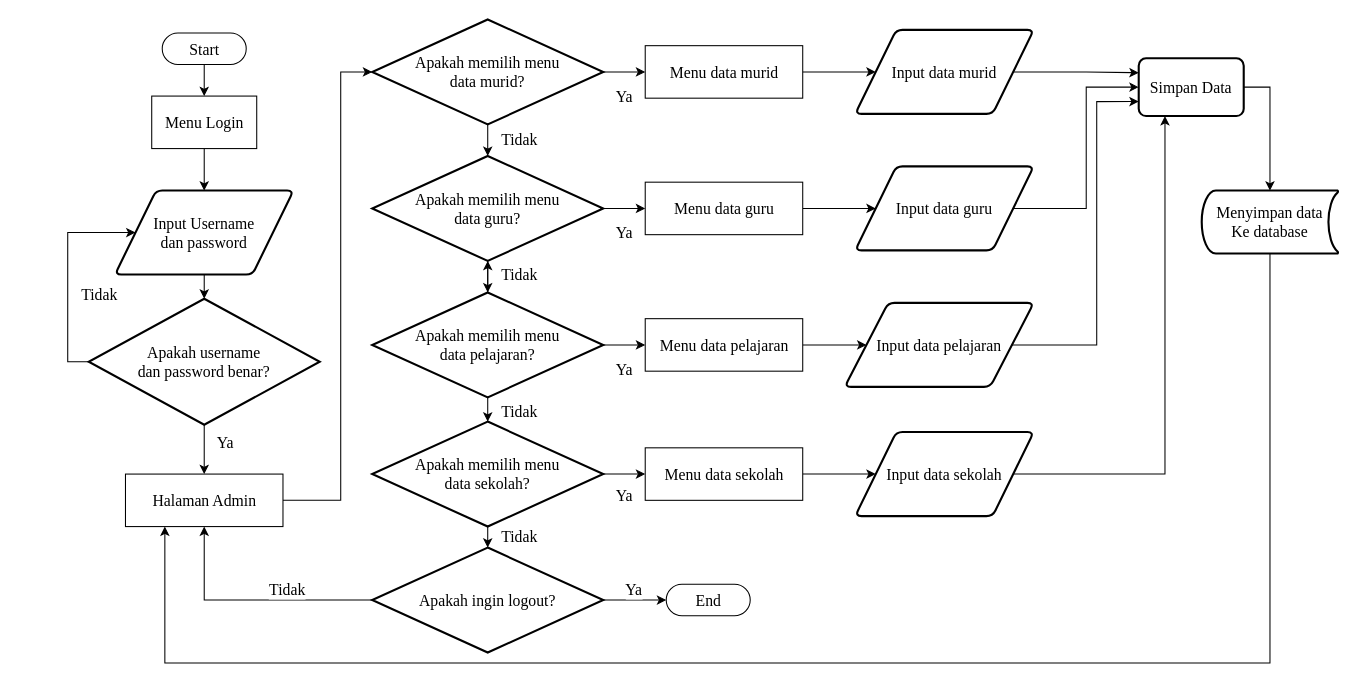
Before: Flowchart login admin.drawio.xml in Walky18/Walky18, a draw.io diagram. Source tidied: cells renumbered, new cells numbered last; positions are measured from the earlier drawing's top-left corner, leaving out a move shared by most shapes. Both pictures are drawn from the tidied source at 105%, with x=0, y=0 at pixel (67, 19).
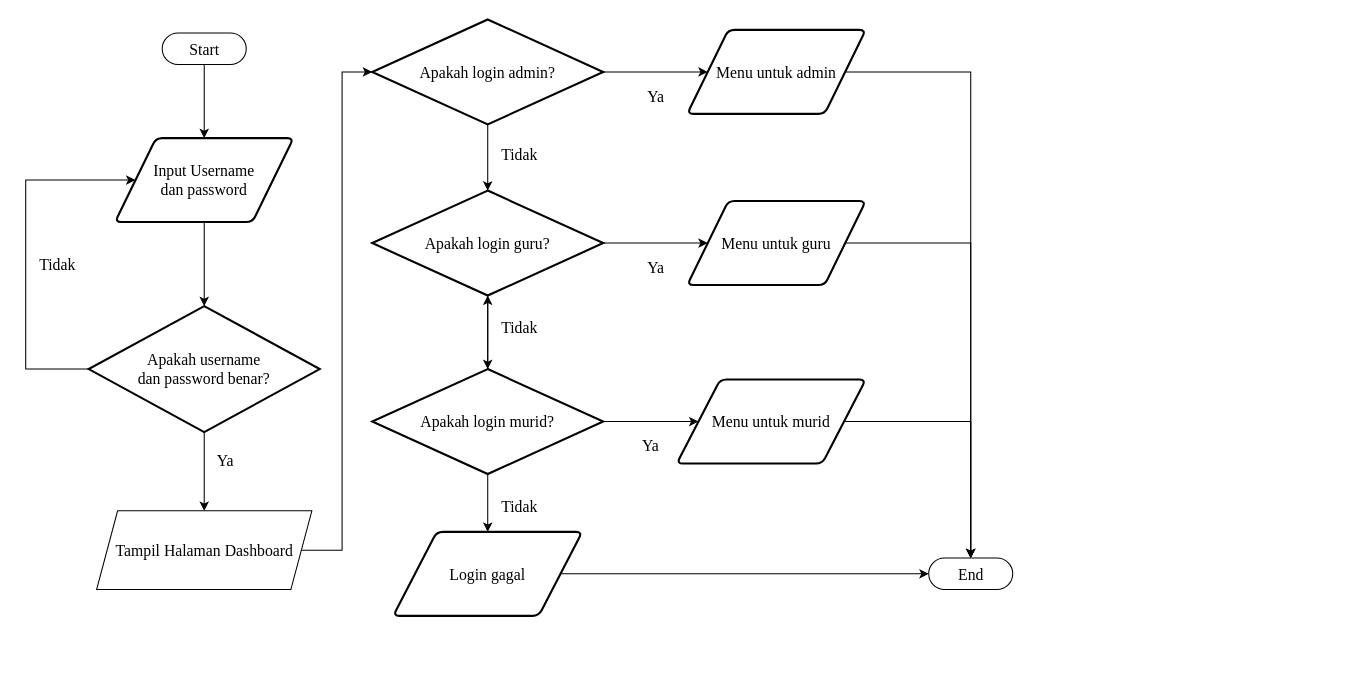
After the change.

Unchanged cells that the change refers to:
```xml
<mxCell id="3" value="Start" style="html=1;dashed=0;whitespace=wrap;shape=mxgraph.dfd.start;fontFamily=Times New Roman;fontSize=15;" parent="1" vertex="1">
  <mxGeometry x="90" y="13" width="80" height="30" as="geometry" />
</mxCell>
```

The edit, as a diff of the source:
```diff
@@
-    <mxCell id="2" style="edgeStyle=orthogonalEdgeStyle;rounded=0;jettySize=auto;html=1;exitX=0.5;exitY=0.5;exitDx=0;exitDy=15;exitPerimeter=0;entryX=0.5;entryY=0;entryDx=0;entryDy=0;fontFamily=Times New Roman;fontSize=15;" parent="1" edge="1" source="3" target="5">
-      <mxGeometry relative="1" as="geometry" />
-    </mxCell>
+    <mxCell id="50" style="edgeStyle=orthogonalEdgeStyle;rounded=0;jettySize=auto;html=1;exitX=0.5;exitY=0.5;exitDx=0;exitDy=14.999999999999998;exitPerimeter=0;entryX=0.5;entryY=0;entryDx=0;entryDy=0;fontFamily=Times New Roman;fontColor=#000000;" parent="1" edge="1" source="3" target="7">
+      <mxGeometry relative="1" as="geometry" />
+    </mxCell>
@@
-    <mxCell id="4" style="edgeStyle=orthogonalEdgeStyle;rounded=0;jettySize=auto;html=1;exitX=0.5;exitY=1;exitDx=0;exitDy=0;entryX=0.5;entryY=0;entryDx=0;entryDy=0;fontFamily=Times New Roman;fontSize=15;" parent="1" edge="1" source="5" target="7">
-      <mxGeometry relative="1" as="geometry" />
-    </mxCell>
-    <mxCell id="5" value="Menu Login" style="html=1;dashed=0;whitespace=wrap;fontFamily=Times New Roman;fontSize=15;" parent="1" vertex="1">
-      <mxGeometry x="80" y="73" width="100" height="50" as="geometry" />
-    </mxCell>
@@
     <mxCell id="7" value="Input Username&lt;br&gt;dan password" style="shape=parallelogram;html=1;strokeWidth=2;perimeter=parallelogramPerimeter;whiteSpace=wrap;rounded=1;arcSize=12;size=0.23;fontFamily=Times New Roman;fontSize=15;" parent="1" vertex="1">
-      <mxGeometry x="45" y="163" width="170" height="80" as="geometry" />
+      <mxGeometry x="45" y="113" width="170" height="80" as="geometry" />
     </mxCell>
+    <mxCell id="9" value="Ya" style="edgeStyle=orthogonalEdgeStyle;rounded=0;jettySize=auto;html=1;exitX=0.5;exitY=1;exitDx=0;exitDy=0;exitPerimeter=0;fontFamily=Times New Roman;fontSize=15;" parent="1" edge="1" source="10" target="55">
+      <mxGeometry x="-0.28" y="20" relative="1" as="geometry" />
+    </mxCell>
-    <mxCell id="8" value="Tidak" style="edgeStyle=orthogonalEdgeStyle;rounded=0;jettySize=auto;html=1;exitX=0;exitY=0.5;exitDx=0;exitDy=0;exitPerimeter=0;entryX=0;entryY=0.5;entryDx=0;entryDy=0;fontFamily=Times New Roman;fontSize=15;" parent="1" edge="1" source="10" target="7">
-      <mxGeometry x="-0.2" y="-30" relative="1" as="geometry">
+    <mxCell id="8" value="Tidak" style="edgeStyle=orthogonalEdgeStyle;rounded=0;jettySize=auto;html=1;exitX=0;exitY=0.5;exitDx=0;exitDy=0;exitPerimeter=0;entryX=0;entryY=0.5;entryDx=0;entryDy=0;fontFamily=Times New Roman;fontSize=15;fontColor=#000000;" parent="1" edge="1" source="10" target="7">
+      <mxGeometry x="-0.07" y="-30" relative="1" as="geometry">
         <Array as="points">
-          <mxPoint y="326" />
-          <mxPoint y="203" />
+          <mxPoint x="-40" y="333" />
+          <mxPoint x="-40" y="153" />
         </Array>
-        <mxPoint y="-1" as="offset" />
       </mxGeometry>
     </mxCell>
-    <mxCell id="9" value="Ya" style="edgeStyle=orthogonalEdgeStyle;rounded=0;jettySize=auto;html=1;exitX=0.5;exitY=1;exitDx=0;exitDy=0;exitPerimeter=0;entryX=0.5;entryY=0;entryDx=0;entryDy=0;fontFamily=Times New Roman;fontSize=15;" parent="1" edge="1" source="10" target="12">
-      <mxGeometry x="-0.28" y="20" relative="1" as="geometry" />
-    </mxCell>
     <mxCell id="10" value="Apakah username&lt;br&gt;dan password benar?" style="strokeWidth=2;html=1;shape=mxgraph.flowchart.decision;whiteSpace=wrap;fontFamily=Times New Roman;fontSize=15;" parent="1" vertex="1">
-      <mxGeometry x="20" y="266" width="220" height="120" as="geometry" />
+      <mxGeometry x="20" y="273" width="220" height="120" as="geometry" />
     </mxCell>
-    <mxCell id="11" style="edgeStyle=orthogonalEdgeStyle;rounded=0;jettySize=auto;html=1;exitX=1;exitY=0.5;exitDx=0;exitDy=0;entryX=0;entryY=0.5;entryDx=0;entryDy=0;entryPerimeter=0;fontFamily=Times New Roman;fontSize=15;" parent="1" edge="1" source="12" target="15">
-      <mxGeometry relative="1" as="geometry">
-        <Array as="points">
-          <mxPoint x="260" y="458" />
-          <mxPoint x="260" y="50" />
-        </Array>
-      </mxGeometry>
-    </mxCell>
-    <mxCell id="12" value="Halaman Admin" style="html=1;dashed=0;whitespace=wrap;fontFamily=Times New Roman;fontSize=15;" parent="1" vertex="1">
-      <mxGeometry x="55" y="433" width="150" height="50" as="geometry" />
-    </mxCell>
@@
-    <mxCell id="14" value="Ya" style="edgeStyle=orthogonalEdgeStyle;rounded=0;jettySize=auto;html=1;exitX=1;exitY=0.5;exitDx=0;exitDy=0;exitPerimeter=0;entryX=0;entryY=0.5;entryDx=0;entryDy=0;fontFamily=Times New Roman;fontSize=15;" parent="1" edge="1" source="15" target="27">
+    <mxCell id="14" value="Ya" style="edgeStyle=orthogonalEdgeStyle;rounded=0;jettySize=auto;html=1;exitX=1;exitY=0.5;exitDx=0;exitDy=0;exitPerimeter=0;fontFamily=Times New Roman;fontSize=15;" parent="1" edge="1" source="15" target="35">
       <mxGeometry y="-23" relative="1" as="geometry" />
     </mxCell>
-    <mxCell id="15" value="Apakah memilih menu&lt;br&gt;data murid?" style="strokeWidth=2;html=1;shape=mxgraph.flowchart.decision;whiteSpace=wrap;fontFamily=Times New Roman;fontSize=15;" parent="1" vertex="1">
+    <mxCell id="15" value="Apakah login admin?" style="strokeWidth=2;html=1;shape=mxgraph.flowchart.decision;whiteSpace=wrap;fontFamily=Times New Roman;fontSize=15;" parent="1" vertex="1">
       <mxGeometry x="290" width="220" height="100" as="geometry" />
     </mxCell>
@@
-    <mxCell id="17" value="Ya" style="edgeStyle=orthogonalEdgeStyle;rounded=0;jettySize=auto;html=1;exitX=1;exitY=0.5;exitDx=0;exitDy=0;exitPerimeter=0;entryX=0;entryY=0.5;entryDx=0;entryDy=0;fontFamily=Times New Roman;fontSize=15;" parent="1" edge="1" source="18" target="29">
+    <mxCell id="17" value="Ya" style="edgeStyle=orthogonalEdgeStyle;rounded=0;jettySize=auto;html=1;exitX=1;exitY=0.5;exitDx=0;exitDy=0;exitPerimeter=0;fontFamily=Times New Roman;fontSize=15;" parent="1" edge="1" source="18" target="37">
       <mxGeometry y="-23" relative="1" as="geometry" />
     </mxCell>
-    <mxCell id="18" value="Apakah memilih menu&lt;br&gt;data guru?" style="strokeWidth=2;html=1;shape=mxgraph.flowchart.decision;whiteSpace=wrap;fontFamily=Times New Roman;fontSize=15;" parent="1" vertex="1">
-      <mxGeometry x="290" y="130" width="220" height="100" as="geometry" />
+    <mxCell id="18" value="Apakah login guru?" style="strokeWidth=2;html=1;shape=mxgraph.flowchart.decision;whiteSpace=wrap;fontFamily=Times New Roman;fontSize=15;" parent="1" vertex="1">
+      <mxGeometry x="290" y="163" width="220" height="100" as="geometry" />
     </mxCell>
-    <mxCell id="19" value="Tidak" style="edgeStyle=orthogonalEdgeStyle;rounded=0;jettySize=auto;html=1;exitX=0.5;exitY=1;exitDx=0;exitDy=0;exitPerimeter=0;entryX=0.5;entryY=0;entryDx=0;entryDy=0;entryPerimeter=0;fontFamily=Times New Roman;fontSize=15;" parent="1" edge="1" source="22" target="25">
+    <mxCell id="19" value="Tidak" style="edgeStyle=orthogonalEdgeStyle;rounded=0;jettySize=auto;html=1;exitX=0.5;exitY=1;exitDx=0;exitDy=0;exitPerimeter=0;fontFamily=Times New Roman;fontSize=15;" parent="1" edge="1" source="22" target="57">
       <mxGeometry x="0.13" y="30" relative="1" as="geometry" />
     </mxCell>
-    <mxCell id="20" value="Ya" style="edgeStyle=orthogonalEdgeStyle;rounded=0;jettySize=auto;html=1;exitX=1;exitY=0.5;exitDx=0;exitDy=0;exitPerimeter=0;entryX=0;entryY=0.5;entryDx=0;entryDy=0;fontFamily=Times New Roman;fontSize=15;" parent="1" edge="1" source="22" target="31">
+    <mxCell id="20" value="Ya" style="edgeStyle=orthogonalEdgeStyle;rounded=0;jettySize=auto;html=1;exitX=1;exitY=0.5;exitDx=0;exitDy=0;exitPerimeter=0;fontFamily=Times New Roman;fontSize=15;" parent="1" edge="1" source="22" target="39">
       <mxGeometry y="-23" relative="1" as="geometry" />
     </mxCell>
@@
-    <mxCell id="22" value="Apakah memilih menu&lt;br&gt;data pelajaran?" style="strokeWidth=2;html=1;shape=mxgraph.flowchart.decision;whiteSpace=wrap;fontFamily=Times New Roman;fontSize=15;" parent="1" vertex="1">
-      <mxGeometry x="290" y="260" width="220" height="100" as="geometry" />
+    <mxCell id="22" value="Apakah login murid?" style="strokeWidth=2;html=1;shape=mxgraph.flowchart.decision;whiteSpace=wrap;fontFamily=Times New Roman;fontSize=15;" parent="1" vertex="1">
+      <mxGeometry x="290" y="333" width="220" height="100" as="geometry" />
     </mxCell>
-    <mxCell id="23" value="Tidak" style="edgeStyle=orthogonalEdgeStyle;rounded=0;jettySize=auto;html=1;exitX=0.5;exitY=1;exitDx=0;exitDy=0;exitPerimeter=0;entryX=0.5;entryY=0;entryDx=0;entryDy=0;fontFamily=Times New Roman;fontSize=15;entryPerimeter=0;" parent="1" edge="1" source="25" target="48">
-      <mxGeometry y="30" relative="1" as="geometry">
-        <mxPoint y="-1" as="offset" />
-      </mxGeometry>
-    </mxCell>
-    <mxCell id="24" value="Ya" style="edgeStyle=orthogonalEdgeStyle;rounded=0;jettySize=auto;html=1;exitX=1;exitY=0.5;exitDx=0;exitDy=0;exitPerimeter=0;entryX=0;entryY=0.5;entryDx=0;entryDy=0;fontFamily=Times New Roman;fontSize=15;" parent="1" edge="1" source="25" target="33">
-      <mxGeometry y="-20" relative="1" as="geometry" />
-    </mxCell>
-    <mxCell id="25" value="Apakah memilih menu&lt;br&gt;data sekolah?" style="strokeWidth=2;html=1;shape=mxgraph.flowchart.decision;whiteSpace=wrap;fontFamily=Times New Roman;fontSize=15;" parent="1" vertex="1">
-      <mxGeometry x="290" y="383" width="220" height="100" as="geometry" />
-    </mxCell>
-    <mxCell id="26" style="edgeStyle=orthogonalEdgeStyle;rounded=0;jettySize=auto;html=1;exitX=1;exitY=0.5;exitDx=0;exitDy=0;entryX=0;entryY=0.5;entryDx=0;entryDy=0;fontFamily=Times New Roman;fontSize=15;" parent="1" edge="1" source="27" target="35">
-      <mxGeometry relative="1" as="geometry" />
-    </mxCell>
-    <mxCell id="27" value="Menu data murid" style="html=1;dashed=0;whitespace=wrap;fontFamily=Times New Roman;fontSize=15;" parent="1" vertex="1">
-      <mxGeometry x="550" y="25" width="150" height="50" as="geometry" />
-    </mxCell>
-    <mxCell id="28" style="edgeStyle=orthogonalEdgeStyle;rounded=0;jettySize=auto;html=1;exitX=1;exitY=0.5;exitDx=0;exitDy=0;fontFamily=Times New Roman;fontSize=15;" parent="1" edge="1" source="29" target="37">
-      <mxGeometry relative="1" as="geometry" />
-    </mxCell>
-    <mxCell id="29" value="Menu data guru" style="html=1;dashed=0;whitespace=wrap;fontFamily=Times New Roman;fontSize=15;" parent="1" vertex="1">
-      <mxGeometry x="550" y="155" width="150" height="50" as="geometry" />
-    </mxCell>
-    <mxCell id="30" style="edgeStyle=orthogonalEdgeStyle;rounded=0;jettySize=auto;html=1;exitX=1;exitY=0.5;exitDx=0;exitDy=0;entryX=0;entryY=0.5;entryDx=0;entryDy=0;fontFamily=Times New Roman;fontSize=15;" parent="1" edge="1" source="31" target="39">
-      <mxGeometry relative="1" as="geometry" />
-    </mxCell>
-    <mxCell id="31" value="Menu data pelajaran" style="html=1;dashed=0;whitespace=wrap;fontFamily=Times New Roman;fontSize=15;" parent="1" vertex="1">
-      <mxGeometry x="550" y="285" width="150" height="50" as="geometry" />
-    </mxCell>
-    <mxCell id="32" style="edgeStyle=orthogonalEdgeStyle;rounded=0;jettySize=auto;html=1;exitX=1;exitY=0.5;exitDx=0;exitDy=0;fontFamily=Times New Roman;fontSize=15;" parent="1" edge="1" source="33" target="41">
-      <mxGeometry relative="1" as="geometry" />
-    </mxCell>
-    <mxCell id="33" value="Menu data sekolah" style="html=1;dashed=0;whitespace=wrap;fontFamily=Times New Roman;fontSize=15;" parent="1" vertex="1">
-      <mxGeometry x="550" y="408" width="150" height="50" as="geometry" />
-    </mxCell>
-    <mxCell id="34" style="edgeStyle=orthogonalEdgeStyle;rounded=0;jettySize=auto;html=1;exitX=1;exitY=0.5;exitDx=0;exitDy=0;entryX=0;entryY=0.25;entryDx=0;entryDy=0;fontFamily=Times New Roman;fontSize=15;" parent="1" edge="1" source="35" target="43">
-      <mxGeometry relative="1" as="geometry" />
-    </mxCell>
+    <mxCell id="51" style="edgeStyle=orthogonalEdgeStyle;rounded=0;jettySize=auto;html=1;exitX=1;exitY=0.5;exitDx=0;exitDy=0;fontFamily=Times New Roman;fontColor=#000000;entryX=0.5;entryY=0.5;entryDx=0;entryDy=-15;entryPerimeter=0;" parent="1" edge="1" source="35" target="49">
+      <mxGeometry relative="1" as="geometry" />
+    </mxCell>
-    <mxCell id="35" value="Input data murid" style="shape=parallelogram;html=1;strokeWidth=2;perimeter=parallelogramPerimeter;whiteSpace=wrap;rounded=1;arcSize=12;size=0.23;fontFamily=Times New Roman;fontSize=15;" parent="1" vertex="1">
-      <mxGeometry x="750" y="10" width="170" height="80" as="geometry" />
+    <mxCell id="35" value="Menu untuk admin" style="shape=parallelogram;html=1;strokeWidth=2;perimeter=parallelogramPerimeter;whiteSpace=wrap;rounded=1;arcSize=12;size=0.23;fontFamily=Times New Roman;fontSize=15;" parent="1" vertex="1">
+      <mxGeometry x="590" y="10" width="170" height="80" as="geometry" />
     </mxCell>
-    <mxCell id="36" style="edgeStyle=orthogonalEdgeStyle;rounded=0;jettySize=auto;html=1;exitX=1;exitY=0.5;exitDx=0;exitDy=0;entryX=0;entryY=0.5;entryDx=0;entryDy=0;fontFamily=Times New Roman;fontSize=15;" parent="1" edge="1" source="37" target="43">
-      <mxGeometry relative="1" as="geometry" />
-    </mxCell>
+    <mxCell id="52" style="edgeStyle=orthogonalEdgeStyle;rounded=0;jettySize=auto;html=1;exitX=1;exitY=0.5;exitDx=0;exitDy=0;fontFamily=Times New Roman;fontColor=#000000;" parent="1" edge="1" source="37" target="49">
+      <mxGeometry relative="1" as="geometry" />
+    </mxCell>
-    <mxCell id="37" value="Input data guru" style="shape=parallelogram;html=1;strokeWidth=2;perimeter=parallelogramPerimeter;whiteSpace=wrap;rounded=1;arcSize=12;size=0.23;fontFamily=Times New Roman;fontSize=15;" parent="1" vertex="1">
-      <mxGeometry x="750" y="140" width="170" height="80" as="geometry" />
+    <mxCell id="37" value="Menu untuk guru" style="shape=parallelogram;html=1;strokeWidth=2;perimeter=parallelogramPerimeter;whiteSpace=wrap;rounded=1;arcSize=12;size=0.23;fontFamily=Times New Roman;fontSize=15;" parent="1" vertex="1">
+      <mxGeometry x="590" y="173" width="170" height="80" as="geometry" />
     </mxCell>
-    <mxCell id="38" style="edgeStyle=orthogonalEdgeStyle;rounded=0;jettySize=auto;html=1;exitX=1;exitY=0.5;exitDx=0;exitDy=0;entryX=0;entryY=0.75;entryDx=0;entryDy=0;fontFamily=Times New Roman;fontSize=15;" parent="1" edge="1" source="39" target="43">
-      <mxGeometry relative="1" as="geometry">
-        <Array as="points">
-          <mxPoint x="980" y="310" />
-          <mxPoint x="980" y="78" />
-          <mxPoint x="1020" y="78" />
-        </Array>
-      </mxGeometry>
-    </mxCell>
+    <mxCell id="53" style="edgeStyle=orthogonalEdgeStyle;rounded=0;jettySize=auto;html=1;exitX=1;exitY=0.5;exitDx=0;exitDy=0;entryX=0.5;entryY=0.5;entryDx=0;entryDy=-15;entryPerimeter=0;fontFamily=Times New Roman;fontColor=#000000;" parent="1" edge="1" source="39" target="49">
+      <mxGeometry relative="1" as="geometry" />
+    </mxCell>
-    <mxCell id="39" value="Input data pelajaran" style="shape=parallelogram;html=1;strokeWidth=2;perimeter=parallelogramPerimeter;whiteSpace=wrap;rounded=1;arcSize=12;size=0.23;fontFamily=Times New Roman;fontSize=15;" parent="1" vertex="1">
-      <mxGeometry x="740" y="270" width="180" height="80" as="geometry" />
+    <mxCell id="39" value="Menu untuk murid" style="shape=parallelogram;html=1;strokeWidth=2;perimeter=parallelogramPerimeter;whiteSpace=wrap;rounded=1;arcSize=12;size=0.23;fontFamily=Times New Roman;fontSize=15;" parent="1" vertex="1">
+      <mxGeometry x="580" y="343" width="180" height="80" as="geometry" />
     </mxCell>
-    <mxCell id="40" style="edgeStyle=orthogonalEdgeStyle;rounded=0;jettySize=auto;html=1;exitX=1;exitY=0.5;exitDx=0;exitDy=0;fontFamily=Times New Roman;fontSize=15;entryX=0.25;entryY=1;entryDx=0;entryDy=0;" parent="1" edge="1" source="41" target="43">
-      <mxGeometry relative="1" as="geometry" />
-    </mxCell>
-    <mxCell id="41" value="Input data sekolah" style="shape=parallelogram;html=1;strokeWidth=2;perimeter=parallelogramPerimeter;whiteSpace=wrap;rounded=1;arcSize=12;size=0.23;fontFamily=Times New Roman;fontSize=15;" parent="1" vertex="1">
-      <mxGeometry x="750" y="393" width="170" height="80" as="geometry" />
-    </mxCell>
-    <mxCell id="42" style="edgeStyle=orthogonalEdgeStyle;rounded=0;jettySize=auto;html=1;exitX=1;exitY=0.5;exitDx=0;exitDy=0;entryX=0.5;entryY=0;entryDx=0;entryDy=0;entryPerimeter=0;fontFamily=Times New Roman;fontSize=15;" parent="1" edge="1" source="43" target="45">
-      <mxGeometry relative="1" as="geometry" />
-    </mxCell>
-    <mxCell id="43" value="Simpan Data" style="rounded=1;whiteSpace=wrap;html=1;absoluteArcSize=1;arcSize=14;strokeWidth=2;fontFamily=Times New Roman;fontSize=15;" parent="1" vertex="1">
-      <mxGeometry x="1020" y="37" width="100" height="55" as="geometry" />
-    </mxCell>
-    <mxCell id="44" style="edgeStyle=orthogonalEdgeStyle;rounded=0;jettySize=auto;html=1;exitX=0.5;exitY=1;exitDx=0;exitDy=0;exitPerimeter=0;entryX=0.25;entryY=1;entryDx=0;entryDy=0;fontFamily=Times New Roman;fontSize=15;" parent="1" edge="1" source="45" target="12">
-      <mxGeometry relative="1" as="geometry">
-        <Array as="points">
-          <mxPoint x="1145" y="613" />
-          <mxPoint x="93" y="613" />
-        </Array>
-      </mxGeometry>
-    </mxCell>
-    <mxCell id="45" value="Menyimpan data&lt;br&gt;Ke database" style="strokeWidth=2;html=1;shape=mxgraph.flowchart.stored_data;whiteSpace=wrap;fontFamily=Times New Roman;fontSize=15;" parent="1" vertex="1">
-      <mxGeometry x="1080" y="163" width="130" height="60" as="geometry" />
-    </mxCell>
-    <mxCell id="46" value="Ya" style="edgeStyle=orthogonalEdgeStyle;rounded=0;jettySize=auto;html=1;exitX=1;exitY=0.5;exitDx=0;exitDy=0;exitPerimeter=0;entryX=0;entryY=0.5;entryDx=0;entryDy=0;entryPerimeter=0;fontFamily=Times New Roman;fontSize=15;" parent="1" edge="1" source="48" target="49">
-      <mxGeometry y="10" relative="1" as="geometry">
-        <mxPoint x="-1" as="offset" />
-      </mxGeometry>
-    </mxCell>
-    <mxCell id="47" value="Tidak" style="edgeStyle=orthogonalEdgeStyle;rounded=0;jettySize=auto;html=1;exitX=0;exitY=0.5;exitDx=0;exitDy=0;exitPerimeter=0;entryX=0.5;entryY=1;entryDx=0;entryDy=0;fontFamily=Times New Roman;fontSize=15;" parent="1" edge="1" source="48" target="12">
-      <mxGeometry x="-0.3" y="-10" relative="1" as="geometry" />
-    </mxCell>
-    <mxCell id="48" value="Apakah ingin logout?" style="strokeWidth=2;html=1;shape=mxgraph.flowchart.decision;whiteSpace=wrap;fontFamily=Times New Roman;fontSize=15;" parent="1" vertex="1">
-      <mxGeometry x="290" y="503" width="220" height="100" as="geometry" />
-    </mxCell>
     <mxCell id="49" value="End" style="html=1;dashed=0;whitespace=wrap;shape=mxgraph.dfd.start;fontFamily=Times New Roman;fontSize=15;" parent="1" vertex="1">
-      <mxGeometry x="570" y="538" width="80" height="30" as="geometry" />
+      <mxGeometry x="820" y="513" width="80" height="30" as="geometry" />
     </mxCell>
+    <mxCell id="54" style="edgeStyle=orthogonalEdgeStyle;rounded=0;jettySize=auto;html=1;exitX=1;exitY=0.5;exitDx=0;exitDy=0;entryX=0;entryY=0.5;entryDx=0;entryDy=0;entryPerimeter=0;fontFamily=Times New Roman;fontColor=#000000;" parent="1" edge="1" source="55" target="15">
+      <mxGeometry relative="1" as="geometry" />
+    </mxCell>
+    <mxCell id="55" value="&lt;font style=&quot;font-size: 15px;&quot;&gt;Tampil Halaman Dashboard&lt;/font&gt;" style="shape=parallelogram;perimeter=parallelogramPerimeter;whiteSpace=wrap;html=1;fixedSize=1;fontFamily=Times New Roman;" parent="1" vertex="1">
+      <mxGeometry x="27.5" y="468" width="205" height="75" as="geometry" />
+    </mxCell>
+    <mxCell id="56" style="edgeStyle=orthogonalEdgeStyle;rounded=0;jettySize=auto;html=1;exitX=1;exitY=0.5;exitDx=0;exitDy=0;entryX=0;entryY=0.5;entryDx=0;entryDy=0;entryPerimeter=0;fontFamily=Times New Roman;fontColor=#000000;" parent="1" edge="1" source="57" target="49">
+      <mxGeometry relative="1" as="geometry" />
+    </mxCell>
+    <mxCell id="57" value="Login gagal" style="shape=parallelogram;html=1;strokeWidth=2;perimeter=parallelogramPerimeter;whiteSpace=wrap;rounded=1;arcSize=12;size=0.23;fontFamily=Times New Roman;fontSize=15;" parent="1" vertex="1">
+      <mxGeometry x="310" y="488" width="180" height="80" as="geometry" />
+    </mxCell>
```
